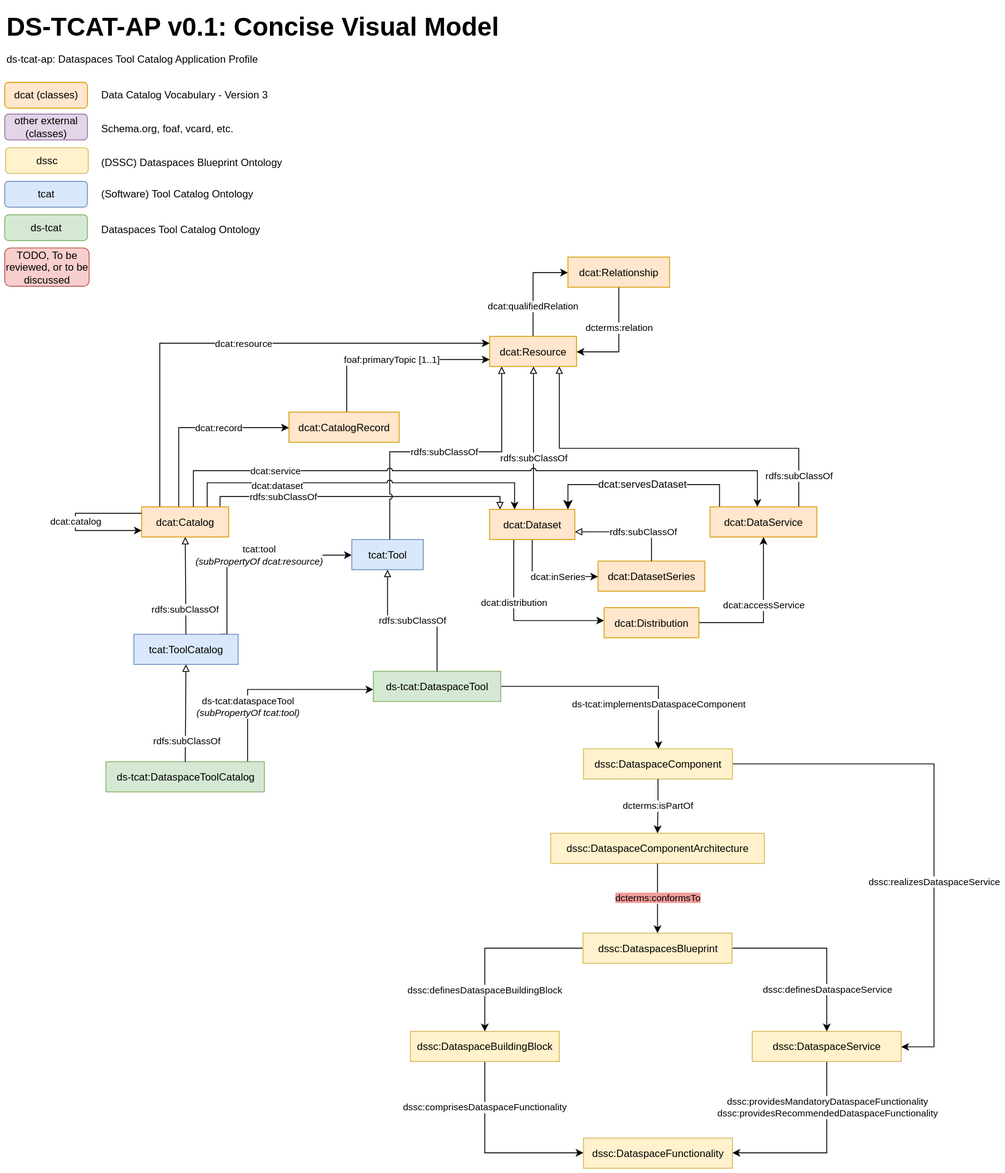
Fraunhofer-FIT-DSAI/ds-tcat-ap keeps this draw.io diagram as editable-visual-models/ds-tcat-ap-concise-visual-model.drawio.svg. Above is the earlier version. Source tidied: cells renumbered, new cells last; positions are measured from the earlier drawing's top-left corner, leaving out a move shared by most shapes.
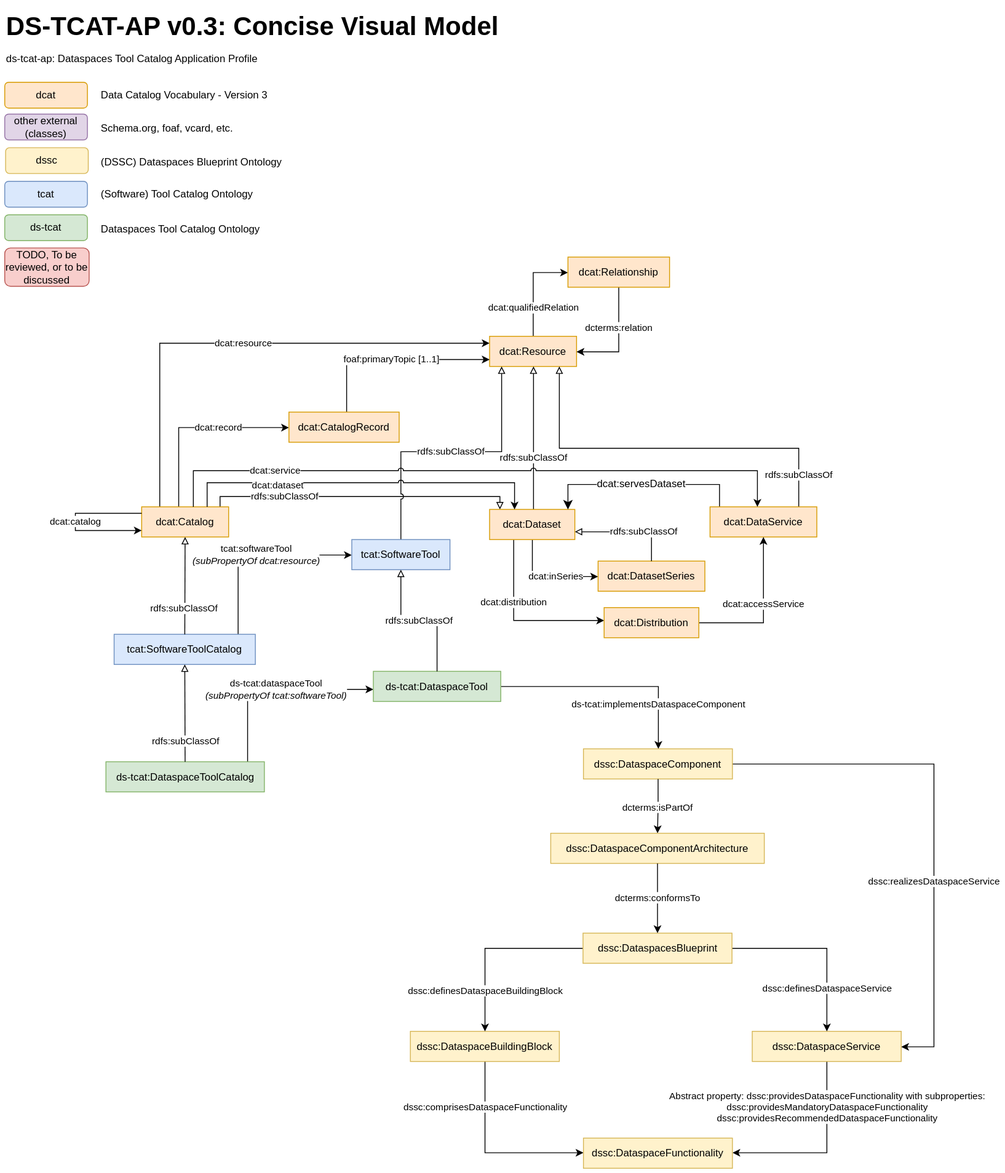
Later version of the same file.

Commit message:
Update ds-tcat-ap visual metadata models #4

Change to the diagram source:
```diff
@@ -2,9 +2,9 @@
   <root>
     <mxCell id="0" />
     <mxCell id="1" parent="0" />
-    <mxCell id="2" value="&lt;b style=&quot;&quot;&gt;&lt;font style=&quot;font-size: 30px;&quot;&gt;DS-TCAT-AP v0.1: Concise Visual Model&lt;/font&gt;&lt;/b&gt;" style="text;html=1;align=left;verticalAlign=middle;whiteSpace=wrap;rounded=0;" parent="1" vertex="1">
-      <mxGeometry width="588" height="49" as="geometry" />
-    </mxCell>
+    <mxCell id="63" value="&lt;b style=&quot;&quot;&gt;&lt;font style=&quot;font-size: 30px;&quot;&gt;DS-TCAT-AP v0.3: Concise Visual Model&lt;/font&gt;&lt;/b&gt;" style="text;html=1;align=left;verticalAlign=middle;whiteSpace=wrap;rounded=0;" parent="1" vertex="1">
+      <mxGeometry width="588" height="49" as="geometry" />
+    </mxCell>
     <mxCell id="3" value="dcat:qualifiedRelation" style="edgeStyle=orthogonalEdgeStyle;rounded=0;jettySize=auto;html=1;" parent="1" edge="1" source="4" target="12">
       <mxGeometry x="-0.39" relative="1" as="geometry">
         <Array as="points">
@@ -121,34 +121,32 @@
     <mxCell id="23" value="dcat:Distribution" style="rounded=0;whiteSpace=wrap;html=1;fillColor=#ffe6cc;strokeColor=#d79b00;" parent="1" vertex="1">
       <mxGeometry x="696" y="700" width="110" height="35" as="geometry" />
     </mxCell>
-    <mxCell id="24" value="tcat:tool&lt;div&gt;&lt;i&gt;(subPropertyOf&amp;nbsp;&lt;span style=&quot;background-color: light-dark(#ffffff, var(--ge-dark-color, #121212)); color: light-dark(rgb(0, 0, 0), rgb(255, 255, 255));&quot;&gt;dcat:resource)&lt;/span&gt;&lt;/i&gt;&lt;/div&gt;" style="edgeStyle=orthogonalEdgeStyle;rounded=0;jettySize=auto;html=1;" parent="1" edge="1" target="28">
-      <mxGeometry x="0.12" relative="1" as="geometry">
-        <mxPoint x="250" y="731" as="sourcePoint" />
-        <Array as="points">
-          <mxPoint x="258" y="731" />
-          <mxPoint x="258" y="639" />
-        </Array>
-      </mxGeometry>
-    </mxCell>
-    <mxCell id="25" value="tcat:ToolCatalog" style="rounded=0;whiteSpace=wrap;html=1;fillColor=#dae8fc;strokeColor=#6c8ebf;" parent="1" vertex="1">
-      <mxGeometry x="150" y="731" width="121" height="35" as="geometry" />
-    </mxCell>
-    <mxCell id="26" value="rdfs:subClassOf" style="rounded=0;jettySize=auto;html=1;endArrow=block;endFill=0;" parent="1" edge="1" source="25" target="8">
-      <mxGeometry x="-0.49" y="1" relative="1" as="geometry" />
-    </mxCell>
-    <mxCell id="27" value="rdfs:subClassOf" style="edgeStyle=orthogonalEdgeStyle;rounded=0;jettySize=auto;html=1;endArrow=block;endFill=0;jumpStyle=arc;" parent="1" edge="1" source="28" target="4">
-      <mxGeometry relative="1" as="geometry">
-        <Array as="points">
-          <mxPoint x="447" y="519" />
-          <mxPoint x="577" y="519" />
-        </Array>
-      </mxGeometry>
-    </mxCell>
-    <mxCell id="28" value="tcat:Tool" style="rounded=0;whiteSpace=wrap;html=1;fillColor=#dae8fc;strokeColor=#6c8ebf;" parent="1" vertex="1">
-      <mxGeometry x="403" y="621" width="83" height="35" as="geometry" />
-    </mxCell>
+    <mxCell id="64" value="tcat:softwareTool&lt;div&gt;&lt;i&gt;(subPropertyOf&amp;nbsp;&lt;span style=&quot;background-color: light-dark(#ffffff, var(--ge-dark-color, #121212)); color: light-dark(rgb(0, 0, 0), rgb(255, 255, 255));&quot;&gt;dcat:resource)&lt;/span&gt;&lt;/i&gt;&lt;/div&gt;" style="edgeStyle=orthogonalEdgeStyle;rounded=0;jettySize=auto;html=1;" parent="1" edge="1" source="65" target="68">
+      <mxGeometry relative="1" as="geometry">
+        <Array as="points">
+          <mxPoint x="271" y="639" />
+        </Array>
+      </mxGeometry>
+    </mxCell>
+    <mxCell id="65" value="tcat:SoftwareToolCatalog" style="rounded=0;whiteSpace=wrap;html=1;fillColor=#dae8fc;strokeColor=#6c8ebf;" parent="1" vertex="1">
+      <mxGeometry x="127" y="731" width="164" height="35" as="geometry" />
+    </mxCell>
+    <mxCell id="66" value="rdfs:subClassOf" style="rounded=0;jettySize=auto;html=1;endArrow=block;endFill=0;" parent="1" edge="1" source="65" target="8">
+      <mxGeometry x="-0.49" y="1" relative="1" as="geometry" />
+    </mxCell>
+    <mxCell id="67" value="rdfs:subClassOf" style="edgeStyle=orthogonalEdgeStyle;rounded=0;jettySize=auto;html=1;endArrow=block;endFill=0;jumpStyle=arc;" parent="1" edge="1" source="68" target="4">
+      <mxGeometry relative="1" as="geometry">
+        <Array as="points">
+          <mxPoint x="460" y="519" />
+          <mxPoint x="577" y="519" />
+        </Array>
+      </mxGeometry>
+    </mxCell>
+    <mxCell id="68" value="tcat:SoftwareTool" style="rounded=0;whiteSpace=wrap;html=1;fillColor=#dae8fc;strokeColor=#6c8ebf;" parent="1" vertex="1">
+      <mxGeometry x="403" y="621" width="114" height="35" as="geometry" />
+    </mxCell>
-    <mxCell id="29" value="ds-tcat:dataspaceTool&lt;div&gt;&lt;span style=&quot;font-style: italic;&quot;&gt;(subPropertyOf&amp;nbsp;&lt;/span&gt;&lt;span style=&quot;color: light-dark(rgb(0, 0, 0), rgb(255, 255, 255)); font-style: italic;&quot;&gt;tcat:tool)&lt;/span&gt;&lt;/div&gt;" style="edgeStyle=orthogonalEdgeStyle;rounded=0;jettySize=auto;html=1;" parent="1" edge="1" source="30" target="33">
-      <mxGeometry x="-0.44" relative="1" as="geometry">
+    <mxCell id="29" value="ds-tcat:dataspaceTool&lt;div&gt;&lt;span style=&quot;font-style: italic;&quot;&gt;(subPropertyOf&amp;nbsp;&lt;/span&gt;&lt;span style=&quot;color: light-dark(rgb(0, 0, 0), rgb(255, 255, 255)); font-style: italic;&quot;&gt;tcat:softwareTool)&lt;/span&gt;&lt;/div&gt;" style="edgeStyle=orthogonalEdgeStyle;rounded=0;jettySize=auto;html=1;" parent="1" edge="1" source="30" target="33">
+      <mxGeometry x="0.01" relative="1" as="geometry">
         <Array as="points">
           <mxPoint x="282" y="795" />
         </Array>
@@ -157,12 +155,12 @@
     <mxCell id="30" value="ds-tcat:DataspaceToolCatalog" style="rounded=0;whiteSpace=wrap;html=1;fillColor=#d5e8d4;strokeColor=#82b366;" parent="1" vertex="1">
       <mxGeometry x="117.5" y="879" width="184" height="35" as="geometry" />
     </mxCell>
-    <mxCell id="31" value="rdfs:subClassOf" style="rounded=0;jettySize=auto;html=1;endArrow=block;endFill=0;" parent="1" edge="1" source="30" target="25">
-      <mxGeometry x="-0.59" y="-1" relative="1" as="geometry">
-        <mxPoint y="-1" as="offset" />
-      </mxGeometry>
-    </mxCell>
+    <mxCell id="69" value="rdfs:subClassOf" style="rounded=0;jettySize=auto;html=1;endArrow=block;endFill=0;" parent="1" edge="1" source="30" target="65">
+      <mxGeometry x="-0.59" y="-1" relative="1" as="geometry">
+        <mxPoint y="-1" as="offset" />
+      </mxGeometry>
+    </mxCell>
-    <mxCell id="32" value="ds-tcat:implementsDataspaceComponent" style="edgeStyle=orthogonalEdgeStyle;rounded=0;jettySize=auto;html=1;" parent="1" edge="1" source="33" target="51">
+    <mxCell id="32" value="&lt;span style=&quot;background-color: rgb(255, 255, 255);&quot;&gt;ds-tcat:implementsDataspaceComponent&lt;/span&gt;" style="edgeStyle=orthogonalEdgeStyle;rounded=0;jettySize=auto;html=1;" parent="1" edge="1" source="33" target="51">
       <mxGeometry x="0.59" relative="1" as="geometry">
         <Array as="points">
           <mxPoint x="759" y="792" />
@@ -172,7 +170,7 @@
     <mxCell id="33" value="ds-tcat:DataspaceTool" style="rounded=0;whiteSpace=wrap;html=1;fillColor=#d5e8d4;strokeColor=#82b366;" parent="1" vertex="1">
       <mxGeometry x="428" y="774" width="148" height="35" as="geometry" />
     </mxCell>
-    <mxCell id="34" value="rdfs:subClassOf" style="rounded=0;jettySize=auto;html=1;endArrow=block;endFill=0;edgeStyle=orthogonalEdgeStyle;" parent="1" edge="1" source="33" target="28">
+    <mxCell id="34" value="rdfs:subClassOf" style="rounded=0;jettySize=auto;html=1;endArrow=block;endFill=0;edgeStyle=orthogonalEdgeStyle;" parent="1" edge="1" source="33" target="68">
       <mxGeometry relative="1" as="geometry" />
     </mxCell>
     <mxCell id="35" value="rdfs:subClassOf" style="edgeStyle=orthogonalEdgeStyle;rounded=0;jettySize=auto;html=1;endArrow=block;endFill=0;jumpStyle=arc;" parent="1" edge="1" source="14" target="18">
@@ -210,9 +208,9 @@
         </Array>
       </mxGeometry>
     </mxCell>
-    <mxCell id="42" value="dcat (classes)" style="rounded=1;whiteSpace=wrap;html=1;fillColor=#ffe6cc;strokeColor=#d79b00;" parent="1" vertex="1">
-      <mxGeometry y="90" width="96" height="30" as="geometry" />
-    </mxCell>
+    <mxCell id="70" value="dcat" style="rounded=1;whiteSpace=wrap;html=1;fillColor=#ffe6cc;strokeColor=#d79b00;" parent="1" vertex="1">
+      <mxGeometry y="90" width="96" height="30" as="geometry" />
+    </mxCell>
     <mxCell id="43" value="tcat" style="rounded=1;whiteSpace=wrap;html=1;fillColor=#dae8fc;strokeColor=#6c8ebf;" parent="1" vertex="1">
       <mxGeometry y="205" width="96" height="30" as="geometry" />
     </mxCell>
@@ -245,7 +243,7 @@
     <mxCell id="51" value="dssc:DataspaceComponent" style="rounded=0;whiteSpace=wrap;html=1;fillColor=#fff2cc;strokeColor=#d6b656;" parent="1" vertex="1">
       <mxGeometry x="672" y="864" width="173" height="35" as="geometry" />
     </mxCell>
-    <mxCell id="52" value="dssc:providesMandatoryDataspaceFunctionality&lt;div&gt;dssc:providesRecommendedDataspaceFunctionality&lt;/div&gt;" style="edgeStyle=orthogonalEdgeStyle;rounded=0;jettySize=auto;html=1;" parent="1" edge="1" source="53" target="56">
+    <mxCell id="52" value="&lt;div&gt;&lt;span style=&quot;background-color: rgb(255, 255, 255);&quot;&gt;Abstract property: dssc:providesDataspaceFunctionality with subproperties:&lt;/span&gt;&lt;/div&gt;&lt;span style=&quot;background-color: rgb(255, 255, 255);&quot;&gt;dssc:providesMandatoryDataspaceFunctionality&lt;/span&gt;&lt;div&gt;&lt;span style=&quot;background-color: rgb(255, 255, 255);&quot;&gt;dssc:providesRecommendedDataspaceFunctionality&lt;/span&gt;&lt;/div&gt;" style="edgeStyle=orthogonalEdgeStyle;rounded=0;jettySize=auto;html=1;" parent="1" edge="1" source="53" target="56">
       <mxGeometry x="-0.51" relative="1" as="geometry">
         <Array as="points">
           <mxPoint x="954" y="1333" />
@@ -283,7 +281,7 @@
     <mxCell id="61" value="dssc:DataspaceComponentArchitecture" style="rounded=0;whiteSpace=wrap;html=1;fillColor=#fff2cc;strokeColor=#d6b656;" parent="1" vertex="1">
       <mxGeometry x="634" y="962" width="248" height="35" as="geometry" />
     </mxCell>
-    <mxCell id="62" value="&lt;span style=&quot;background-color: rgb(241, 156, 153);&quot;&gt;dcterms:conformsTo&lt;/span&gt;" style="edgeStyle=orthogonalEdgeStyle;rounded=0;jettySize=auto;html=1;" parent="1" edge="1" source="61" target="59">
+    <mxCell id="62" value="&lt;span style=&quot;background-color: rgb(255, 255, 255);&quot;&gt;dcterms:conformsTo&lt;/span&gt;" style="edgeStyle=orthogonalEdgeStyle;rounded=0;jettySize=auto;html=1;" parent="1" edge="1" source="61" target="59">
       <mxGeometry relative="1" as="geometry" />
     </mxCell>
   </root>
```
